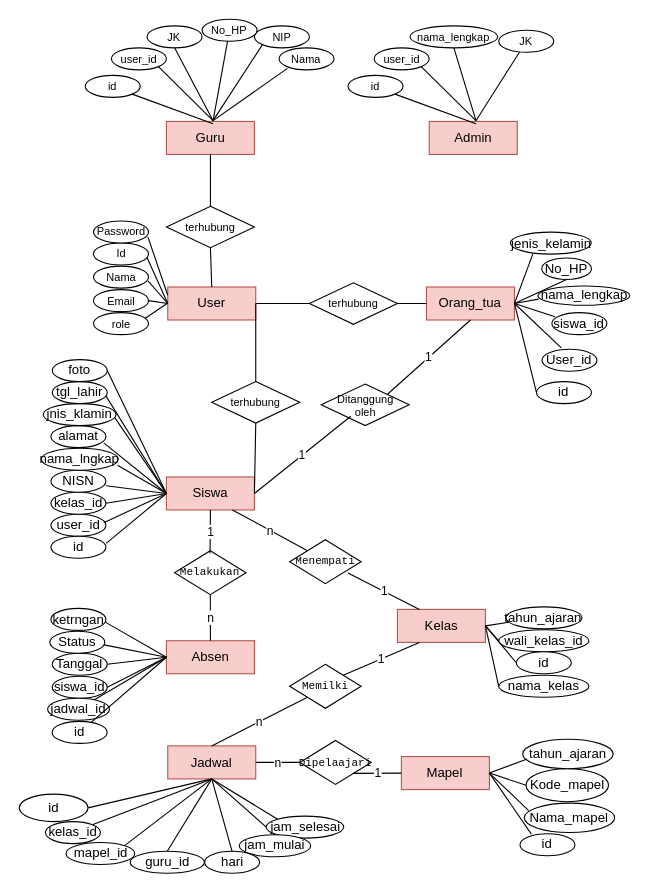
Before: page "Halaman-4" (3 of 4) of Diagram Tanpa Judul.drawio in bayudani/diagram, a draw.io diagram. Source tidied: cells renumbered, new cells numbered last; positions are measured from the earlier drawing's top-left corner, leaving out a move shared by most shapes. Both pictures are drawn from the tidied source at 110%, with x=0, y=0 at pixel (19, 19).
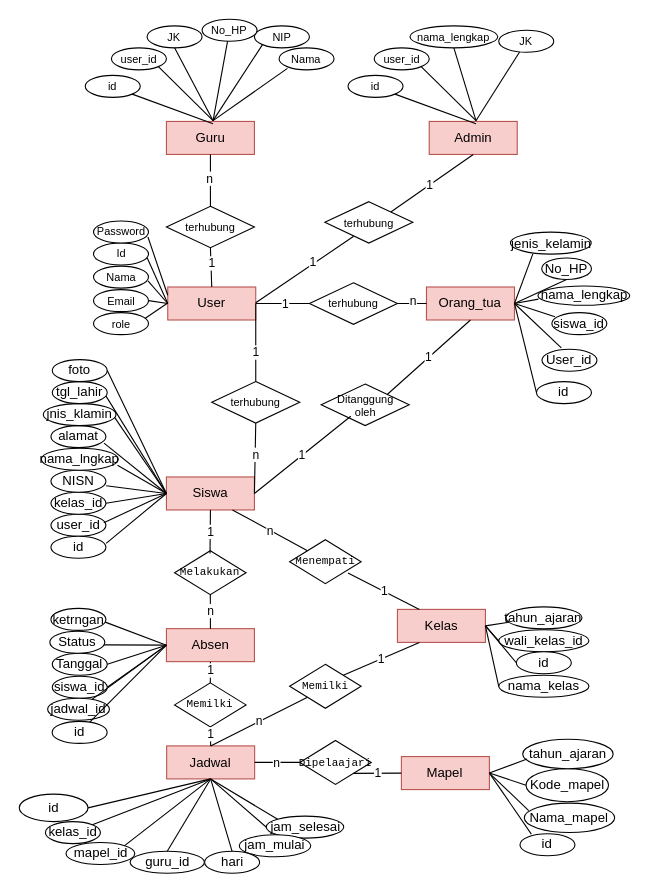
After the change.

The change refers to these unchanged cells:
```xml
<mxCell id="80" style="endArrow=none;html=1;rounded=0;exitX=1;exitY=0.5;exitDx=0;exitDy=0;entryX=0.5;entryY=1;entryDx=0;entryDy=0;" parent="1" edge="1" source="2" target="82">
  <mxGeometry relative="1" as="geometry" />
</mxCell>
<mxCell id="88" style="endArrow=none;html=1;rounded=0;exitX=0.5;exitY=0;exitDx=0;exitDy=0;entryX=0.5;entryY=1;entryDx=0;entryDy=0;" parent="1" edge="1" source="71" target="81">
  <mxGeometry relative="1" as="geometry" />
</mxCell>
<mxCell id="89" style="endArrow=none;html=1;rounded=0;exitX=0.5;exitY=1;exitDx=0;exitDy=0;entryX=0.5;entryY=0;entryDx=0;entryDy=0;" parent="1" edge="1" source="3" target="81">
  <mxGeometry relative="1" as="geometry" />
</mxCell>
<mxCell id="90" style="endArrow=none;html=1;rounded=0;exitX=1;exitY=0.5;exitDx=0;exitDy=0;entryX=0.5;entryY=0;entryDx=0;entryDy=0;" parent="1" edge="1" source="71" target="82">
  <mxGeometry relative="1" as="geometry" />
</mxCell>
<mxCell id="114" style="endArrow=none;html=1;rounded=0;exitX=1;exitY=0.5;exitDx=0;exitDy=0;entryX=0;entryY=0.5;entryDx=0;entryDy=0;" parent="1" edge="1" source="71" target="113">
  <mxGeometry relative="1" as="geometry" />
</mxCell>
<mxCell id="115" style="endArrow=none;html=1;rounded=0;exitX=0;exitY=0.5;exitDx=0;exitDy=0;entryX=1;entryY=0.5;entryDx=0;entryDy=0;" parent="1" edge="1" source="100" target="113">
  <mxGeometry relative="1" as="geometry" />
</mxCell>
<mxCell id="129" value="Admin" style="rounded=0;whiteSpace=wrap;html=1;fillColor=#f8cecc;strokeColor=#b85450;" parent="1" vertex="1">
  <mxGeometry x="372.7" y="92.9" width="80" height="30" as="geometry" />
</mxCell>
```

Diff of the diagram source:
```diff
@@
     <mxCell id="4" value="Jadwal" style="rounded=0;whiteSpace=wrap;html=1;fillColor=#f8cecc;strokeColor=#b85450;" parent="1" vertex="1">
-      <mxGeometry x="135" y="660.6" width="80" height="30" as="geometry" />
+      <mxGeometry x="134" y="660.6" width="80" height="30" as="geometry" />
     </mxCell>
@@
     <mxCell id="6" value="Absen" style="rounded=0;whiteSpace=wrap;html=1;fillColor=#f8cecc;strokeColor=#b85450;" parent="1" vertex="1">
-      <mxGeometry x="133.8" y="565" width="80" height="30" as="geometry" />
+      <mxGeometry x="133.8" y="554" width="80" height="30" as="geometry" />
     </mxCell>
@@
+    <mxCell id="138" value="n" style="edgeLabel;html=1;align=center;verticalAlign=middle;" parent="80" vertex="1">
+      <mxGeometry x="0.13" relative="1" as="geometry" />
+    </mxCell>
@@
+    <mxCell id="139" value="1" style="edgeLabel;html=1;align=center;verticalAlign=middle;" parent="88" vertex="1">
+      <mxGeometry x="0.21" relative="1" as="geometry" />
+    </mxCell>
@@
+    <mxCell id="140" value="n" style="edgeLabel;html=1;align=center;verticalAlign=middle;" parent="89" vertex="1">
+      <mxGeometry x="-0.08" y="-1" relative="1" as="geometry" />
+    </mxCell>
@@
+    <mxCell id="141" value="1" style="edgeLabel;html=1;align=center;verticalAlign=middle;" parent="90" vertex="1">
+      <mxGeometry x="0.23" y="-1" relative="1" as="geometry" />
+    </mxCell>
@@
+    <mxCell id="142" value="1" style="edgeLabel;html=1;align=center;verticalAlign=middle;" parent="114" vertex="1">
+      <mxGeometry x="0.11" relative="1" as="geometry" />
+    </mxCell>
@@
+    <mxCell id="143" value="n" style="edgeLabel;html=1;align=center;verticalAlign=middle;" parent="115" vertex="1">
+      <mxGeometry x="0.02" y="-3" relative="1" as="geometry" />
+    </mxCell>
@@
+    <mxCell id="144" value="terhubung" style="rhombus;whiteSpace=wrap;html=1;fontSize=10;" parent="1" vertex="1">
+      <mxGeometry x="277.8" y="165.8" width="80" height="37.7" as="geometry" />
+    </mxCell>
+    <mxCell id="145" style="endArrow=none;html=1;rounded=0;entryX=0.328;entryY=0.836;entryDx=0;entryDy=0;entryPerimeter=0;" parent="1" edge="1" target="144">
+      <mxGeometry relative="1" as="geometry">
+        <mxPoint x="215" y="257.7" as="sourcePoint" />
+      </mxGeometry>
+    </mxCell>
+    <mxCell id="146" value="1" style="edgeLabel;html=1;align=center;verticalAlign=middle;" parent="145" vertex="1">
+      <mxGeometry x="0.17" y="2" relative="1" as="geometry" />
+    </mxCell>
+    <mxCell id="147" style="endArrow=none;html=1;rounded=0;entryX=0.5;entryY=1;entryDx=0;entryDy=0;exitX=1;exitY=0;exitDx=0;exitDy=0;" parent="1" edge="1" source="144" target="129">
+      <mxGeometry relative="1" as="geometry" />
+    </mxCell>
+    <mxCell id="148" value="1" style="edgeLabel;html=1;align=center;verticalAlign=middle;" parent="147" vertex="1">
+      <mxGeometry x="-0.05" relative="1" as="geometry">
+        <mxPoint x="-1" as="offset" />
+      </mxGeometry>
+    </mxCell>
+    <mxCell id="149" style="endArrow=none;html=1;rounded=0;exitX=0.5;exitY=0;exitDx=0;exitDy=0;entryX=0.5;entryY=1;entryDx=0;entryDy=0;" parent="1" edge="1" source="151" target="6">
+      <mxGeometry relative="1" as="geometry" />
+    </mxCell>
+    <mxCell id="150" value="1" style="edgeLabel;html=1;align=center;verticalAlign=middle;" parent="149" vertex="1">
+      <mxGeometry x="0.28" relative="1" as="geometry" />
+    </mxCell>
+    <mxCell id="151" value="&lt;p&gt;&lt;code&gt;Memilki&lt;/code&gt;&lt;/p&gt;" style="rhombus;whiteSpace=wrap;html=1;fontSize=10;" parent="1" vertex="1">
+      <mxGeometry x="141.2" y="603.3" width="65" height="40" as="geometry" />
+    </mxCell>
+    <mxCell id="152" style="endArrow=none;html=1;rounded=0;exitX=0.5;exitY=0;exitDx=0;exitDy=0;entryX=0.5;entryY=1;entryDx=0;entryDy=0;" parent="1" edge="1" source="4" target="151">
+      <mxGeometry relative="1" as="geometry" />
+    </mxCell>
+    <mxCell id="153" value="1" style="edgeLabel;html=1;align=center;verticalAlign=middle;" parent="152" vertex="1">
+      <mxGeometry x="0.25" relative="1" as="geometry" />
+    </mxCell>
```
